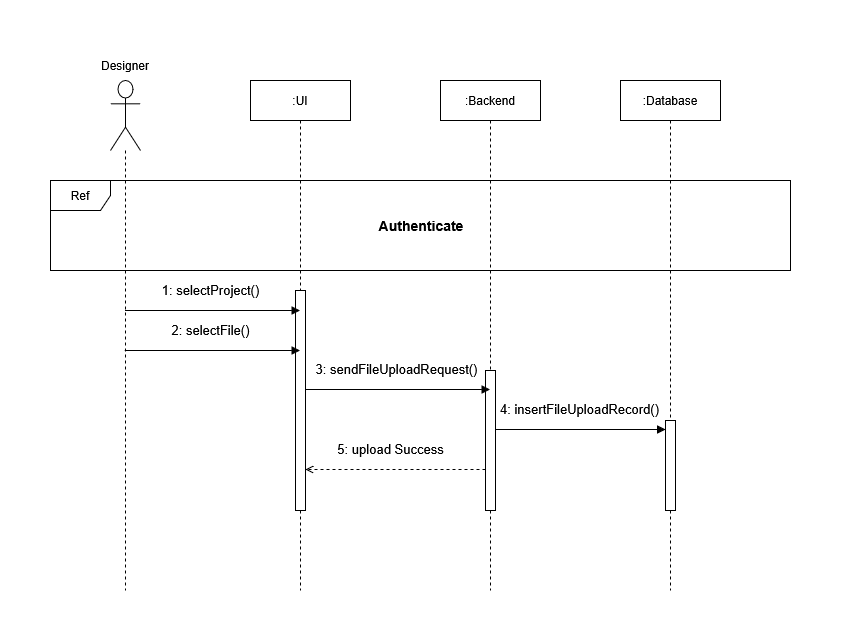
Above: docs/diagrams/SequenceFileUpload.drawio.png in mahdi000666/DesignFlow (draw.io), before the change. Source tidied: cells renumbered, new cells last; positions are measured from the earlier drawing's top-left corner, leaving out a move shared by most shapes.
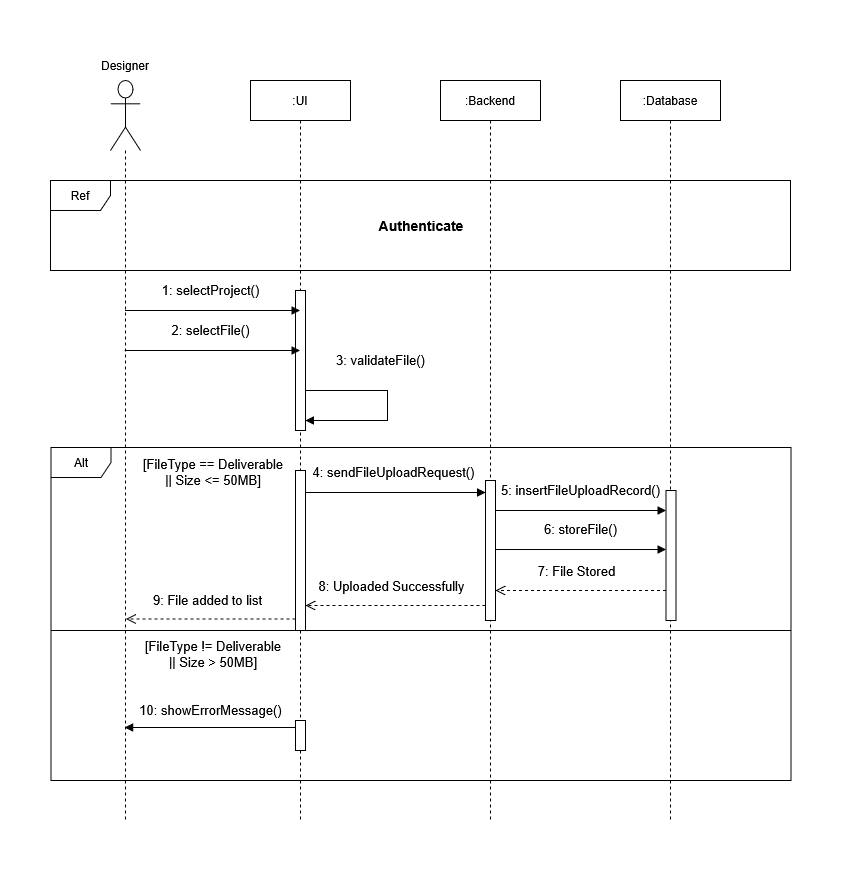
Later version of the same file.

Change to the diagram source:
```diff
@@ -3,25 +3,38 @@
     <mxCell id="0" />
     <mxCell id="1" parent="0" />
     <mxCell id="2" style="shape=umlLifeline;perimeter=lifelinePerimeter;whiteSpace=wrap;html=1;newEdgeStyle={&quot;curved&quot;:0,&quot;rounded&quot;:0};participant=umlActor;size=70;" parent="1" vertex="1">
-      <mxGeometry x="60" y="30" width="30" height="510" as="geometry" />
+      <mxGeometry x="60" y="30" width="30" height="740" as="geometry" />
     </mxCell>
     <mxCell id="3" value=":UI" style="shape=umlLifeline;perimeter=lifelinePerimeter;whiteSpace=wrap;html=1;newEdgeStyle={&quot;curved&quot;:0,&quot;rounded&quot;:0};" parent="1" vertex="1">
-      <mxGeometry x="200" y="30" width="100" height="510" as="geometry" />
+      <mxGeometry x="200" y="30" width="100" height="740" as="geometry" />
     </mxCell>
     <mxCell id="4" style="html=1;perimeter=orthogonalPerimeter;targetShapes=umlLifeline;newEdgeStyle={&quot;curved&quot;:0,&quot;rounded&quot;:0};" parent="3" vertex="1">
-      <mxGeometry x="45" y="210" width="10" height="220" as="geometry" />
+      <mxGeometry x="45" y="210" width="10" height="140" as="geometry" />
     </mxCell>
+    <mxCell id="17" value="3: validateFile()" style="html=1;verticalAlign=bottom;endArrow=block;strokeWidth=1;fontSize=13;rounded=0;curved=0;" parent="3" edge="1">
+      <mxGeometry x="-0.23" y="20" relative="1" as="geometry">
+        <mxPoint x="55" y="310" as="sourcePoint" />
+        <mxPoint x="55" y="340" as="targetPoint" />
+        <Array as="points">
+          <mxPoint x="137" y="310" />
+          <mxPoint x="137" y="340" />
+        </Array>
+      </mxGeometry>
+    </mxCell>
+    <mxCell id="18" style="html=1;points=[[0,0,0,0,5],[0,1,0,0,-5],[1,0,0,0,5],[1,1,0,0,-5]];perimeter=orthogonalPerimeter;outlineConnect=0;targetShapes=umlLifeline;portConstraint=eastwest;newEdgeStyle={&quot;curved&quot;:0,&quot;rounded&quot;:0};" parent="3" vertex="1">
+      <mxGeometry x="45" y="390" width="10" height="160" as="geometry" />
+    </mxCell>
     <mxCell id="5" value="&lt;div&gt;:Backend&lt;/div&gt;" style="shape=umlLifeline;perimeter=lifelinePerimeter;whiteSpace=wrap;html=1;outlineConnect=0;portConstraint=eastwest;newEdgeStyle={&quot;curved&quot;:0,&quot;rounded&quot;:0};" parent="1" vertex="1">
-      <mxGeometry x="390" y="30" width="100" height="510" as="geometry" />
+      <mxGeometry x="390" y="30" width="100" height="740" as="geometry" />
     </mxCell>
-    <mxCell id="6" style="html=1;perimeter=orthogonalPerimeter;targetShapes=umlLifeline;newEdgeStyle={&quot;curved&quot;:0,&quot;rounded&quot;:0};" parent="5" vertex="1">
-      <mxGeometry x="45" y="290" width="10" height="140" as="geometry" />
-    </mxCell>
+    <mxCell id="19" style="html=1;perimeter=orthogonalPerimeter;targetShapes=umlLifeline;newEdgeStyle={&quot;curved&quot;:0,&quot;rounded&quot;:0};" parent="5" vertex="1">
+      <mxGeometry x="45" y="400" width="10" height="140" as="geometry" />
+    </mxCell>
     <mxCell id="7" value="&lt;div&gt;:Database&lt;/div&gt;" style="shape=umlLifeline;perimeter=lifelinePerimeter;whiteSpace=wrap;html=1;newEdgeStyle={&quot;curved&quot;:0,&quot;rounded&quot;:0};" parent="1" vertex="1">
-      <mxGeometry x="570" y="30" width="100" height="510" as="geometry" />
+      <mxGeometry x="570" y="30" width="100" height="740" as="geometry" />
     </mxCell>
     <mxCell id="8" style="html=1;perimeter=orthogonalPerimeter;targetShapes=umlLifeline;newEdgeStyle={&quot;curved&quot;:0,&quot;rounded&quot;:0};" parent="7" vertex="1">
-      <mxGeometry x="45" y="340" width="10" height="90" as="geometry" />
+      <mxGeometry x="45.5" y="410" width="10" height="130" as="geometry" />
     </mxCell>
     <mxCell id="9" value="2: selectFile()" style="html=1;verticalAlign=bottom;endArrow=block;strokeWidth=1;fontSize=13;" parent="1" edge="1">
       <mxGeometry x="-0.02" y="10" relative="1" as="geometry">
@@ -44,22 +57,61 @@
         <mxPoint x="249.5" y="260" as="targetPoint" />
       </mxGeometry>
     </mxCell>
-    <mxCell id="14" value="3: sendFileUploadRequest()" style="html=1;verticalAlign=bottom;endArrow=block;strokeWidth=1;fontSize=13;" parent="1" edge="1" target="5">
+    <mxCell id="14" value="4: sendFileUploadRequest()" style="html=1;verticalAlign=bottom;endArrow=block;strokeWidth=1;fontSize=13;" parent="1" edge="1" source="18">
       <mxGeometry x="-0.02" y="10" relative="1" as="geometry">
-        <mxPoint x="255" y="339" as="sourcePoint" />
+        <mxPoint x="435" y="442" as="targetPoint" />
       </mxGeometry>
     </mxCell>
-    <mxCell id="15" value="4: insertFileUploadRecord()" style="html=1;verticalAlign=bottom;endArrow=block;strokeWidth=1;fontSize=13;" parent="1" edge="1">
+    <mxCell id="15" value="5: insertFileUploadRecord()" style="html=1;verticalAlign=bottom;endArrow=block;strokeWidth=1;fontSize=13;" parent="1" edge="1">
       <mxGeometry x="-0.01" y="10" relative="1" as="geometry">
-        <mxPoint x="445" y="379" as="sourcePoint" />
-        <mxPoint x="615" y="379" as="targetPoint" />
+        <mxPoint x="445" y="460" as="sourcePoint" />
+        <mxPoint x="615.5" y="460" as="targetPoint" />
       </mxGeometry>
     </mxCell>
-    <mxCell id="16" value="5: upload Success" style="html=1;verticalAlign=bottom;endArrow=open;strokeWidth=1;fontSize=13;dashed=1;endFill=0;" parent="1" edge="1">
-      <mxGeometry x="0.07" y="-10" relative="1" as="geometry">
-        <mxPoint x="435" y="419" as="sourcePoint" />
-        <mxPoint x="255" y="419" as="targetPoint" />
-      </mxGeometry>
-    </mxCell>
+    <mxCell id="20" value="6: storeFile()" style="html=1;verticalAlign=bottom;endArrow=block;strokeWidth=1;fontSize=13;" parent="1" edge="1">
+      <mxGeometry x="-0.01" y="10" relative="1" as="geometry">
+        <mxPoint x="445" y="499" as="sourcePoint" />
+        <mxPoint x="615.5" y="499" as="targetPoint" />
+      </mxGeometry>
+    </mxCell>
+    <mxCell id="21" value="Alt" style="shape=umlFrame;whiteSpace=wrap;html=1;" parent="1" vertex="1">
+      <mxGeometry x="0.5" y="397" width="740" height="333" as="geometry" />
+    </mxCell>
+    <mxCell id="22" value="&lt;div&gt;[FileType == Deliverable&lt;/div&gt;&lt;div&gt;|| Size &amp;lt;= 50MB]&lt;/div&gt;" style="text;html=1;whiteSpace=wrap;strokeColor=none;fillColor=none;align=center;verticalAlign=middle;rounded=0;fontSize=13;" parent="1" vertex="1">
+      <mxGeometry x="72.5" y="407" width="180" height="30" as="geometry" />
+    </mxCell>
+    <mxCell id="23" value="9: File added to list" style="html=1;verticalAlign=bottom;endArrow=open;dashed=1;endSize=8;fontSize=13;" parent="1" edge="1">
+      <mxGeometry x="0.05" y="-9" relative="1" as="geometry">
+        <mxPoint x="245" y="568.5" as="sourcePoint" />
+        <mxPoint x="75.4" y="568.5" as="targetPoint" />
+      </mxGeometry>
+    </mxCell>
+    <mxCell id="24" style="line;strokeWidth=1;fillColor=none;align=left;verticalAlign=middle;spacingTop=-1;spacingLeft=3;spacingRight=3;labelPosition=right;strokeColor=inherit;" parent="1" vertex="1">
+      <mxGeometry x="0.5" y="576" width="740" height="8" as="geometry" />
+    </mxCell>
+    <mxCell id="25" value="&lt;div&gt;[FileType != Deliverable&lt;/div&gt;&lt;div&gt;|| Size &amp;gt; 50MB]&lt;/div&gt;" style="text;html=1;whiteSpace=wrap;strokeColor=none;fillColor=none;align=center;verticalAlign=middle;rounded=0;fontSize=13;" parent="1" vertex="1">
+      <mxGeometry x="55.5" y="589" width="213.5" height="30" as="geometry" />
+    </mxCell>
+    <mxCell id="26" value="8: Uploaded Successfully" style="html=1;verticalAlign=bottom;endArrow=open;dashed=1;endSize=8;fontSize=13;" parent="1" edge="1">
+      <mxGeometry x="0.05" y="-9" relative="1" as="geometry">
+        <mxPoint x="435" y="555" as="sourcePoint" />
+        <mxPoint x="255" y="555" as="targetPoint" />
+      </mxGeometry>
+    </mxCell>
+    <mxCell id="27" style="html=1;perimeter=orthogonalPerimeter;targetShapes=umlLifeline;newEdgeStyle={&quot;curved&quot;:0,&quot;rounded&quot;:0};" parent="1" vertex="1">
+      <mxGeometry x="245" y="670" width="10" height="30" as="geometry" />
+    </mxCell>
+    <mxCell id="28" value="10: showErrorMessage()" style="html=1;verticalAlign=bottom;endArrow=block;strokeWidth=1;fontSize=13;" parent="1" edge="1">
+      <mxGeometry y="-7" relative="1" as="geometry">
+        <mxPoint x="245" y="677" as="sourcePoint" />
+        <mxPoint x="74.3" y="677" as="targetPoint" />
+      </mxGeometry>
+    </mxCell>
+    <mxCell id="29" value="7: File Stored" style="html=1;verticalAlign=bottom;endArrow=open;dashed=1;endSize=8;fontSize=13;" parent="1" edge="1">
+      <mxGeometry x="0.05" y="-9" relative="1" as="geometry">
+        <mxPoint x="615.5" y="540" as="sourcePoint" />
+        <mxPoint x="445" y="540" as="targetPoint" />
+      </mxGeometry>
+    </mxCell>
   </root>
 </mxGraphModel>
```
